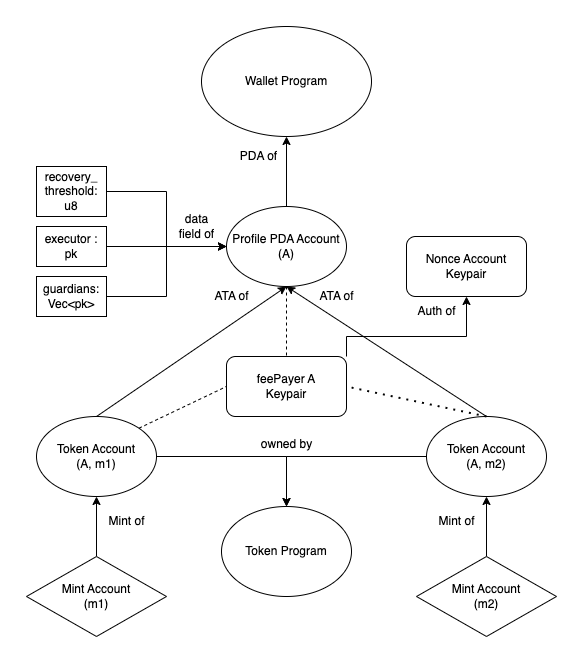
Before: media/flow.png, a diagram exported from draw.io (krypton-wallet/wallet-program). Source tidied: cells renumbered, new cells last; positions are measured from the earlier drawing's top-left corner, leaving out a move shared by most shapes.
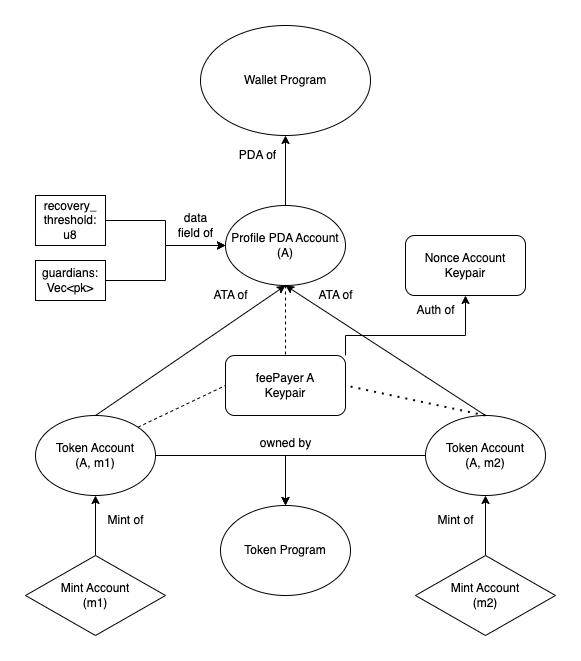
Above is the later version.

Diff of the diagram source:
```diff
@@ -44,19 +44,13 @@
       <mxGeometry relative="1" as="geometry" />
     </mxCell>
     <mxCell id="14" value="recovery_&lt;br&gt;threshold: u8" style="rounded=0;whiteSpace=wrap;html=1;" parent="1" vertex="1">
-      <mxGeometry x="10" y="140" width="70" height="50" as="geometry" />
+      <mxGeometry x="10" y="170" width="70" height="50" as="geometry" />
     </mxCell>
-    <mxCell id="15" style="edgeStyle=orthogonalEdgeStyle;rounded=0;jettySize=auto;html=1;exitX=1;exitY=0.5;exitDx=0;exitDy=0;entryX=0;entryY=0.5;entryDx=0;entryDy=0;" parent="1" edge="1" source="16" target="6">
-      <mxGeometry relative="1" as="geometry" />
-    </mxCell>
-    <mxCell id="16" value="executor : pk" style="rounded=0;whiteSpace=wrap;html=1;" parent="1" vertex="1">
-      <mxGeometry x="10" y="200" width="70" height="40" as="geometry" />
-    </mxCell>
     <mxCell id="17" style="edgeStyle=orthogonalEdgeStyle;rounded=0;jettySize=auto;html=1;exitX=1;exitY=0.5;exitDx=0;exitDy=0;entryX=0;entryY=0.5;entryDx=0;entryDy=0;" parent="1" edge="1" source="18" target="6">
       <mxGeometry relative="1" as="geometry" />
     </mxCell>
     <mxCell id="18" value="guardians: Vec&amp;lt;pk&amp;gt;" style="rounded=0;whiteSpace=wrap;html=1;" parent="1" vertex="1">
-      <mxGeometry x="10" y="250" width="70" height="40" as="geometry" />
+      <mxGeometry x="10" y="235" width="70" height="40" as="geometry" />
     </mxCell>
     <mxCell id="19" value="data &lt;br&gt;field of" style="text;html=1;align=center;verticalAlign=middle;strokeColor=none;fillColor=none;" parent="1" vertex="1">
       <mxGeometry x="140" y="180" width="60" height="40" as="geometry" />
```
